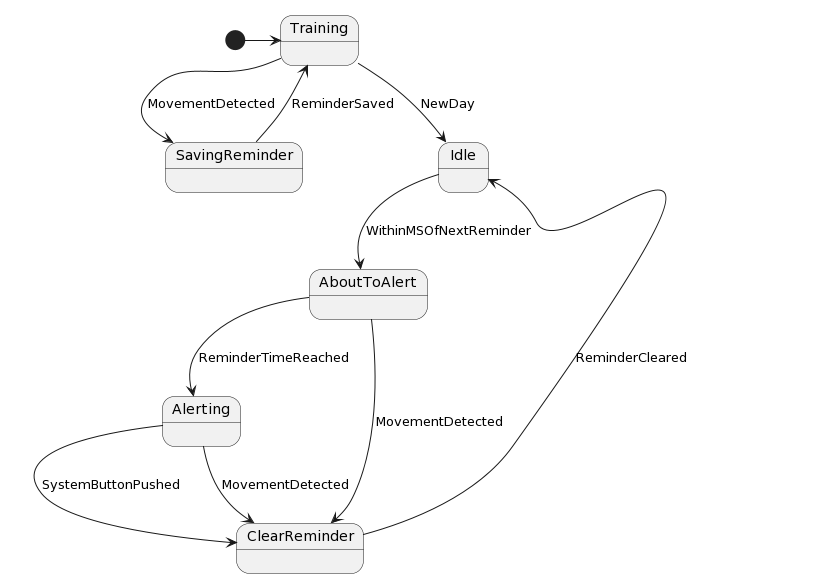
eejai42/med-reminder keeps this PlantUML diagram as docs/state-machine-planttext.uml.png. Above is the earlier version.
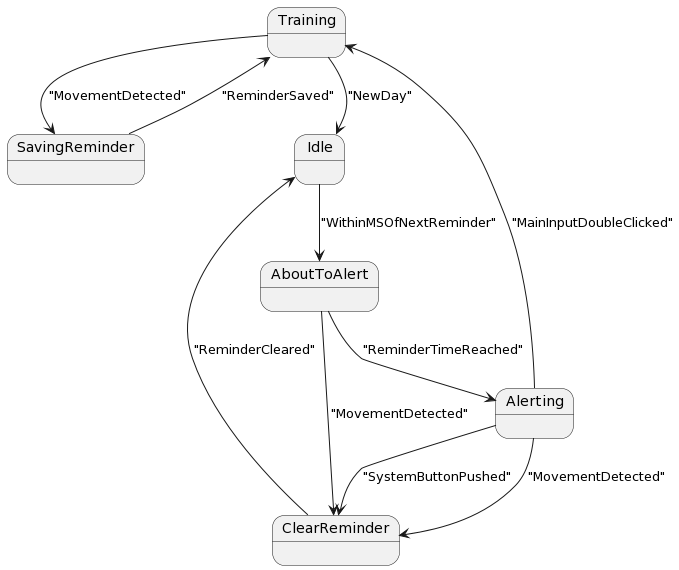
After the commit.

Diff of the diagram source:
```diff
@@ -1,5 +1,4 @@
 @startuml
-[*] -> Training
 state Training
 state SavingReminder
 state Idle
@@ -7,13 +6,23 @@
 state Alerting
 state ClearReminder
 
-Training --> SavingReminder : MovementDetected
-Training --> Idle : NewDay
-SavingReminder --> Training : ReminderSaved
-Idle --> AboutToAlert : WithinMSOfNextReminder
-AboutToAlert --> Alerting : ReminderTimeReached
-AboutToAlert --> ClearReminder : MovementDetected
-Alerting --> ClearReminder : SystemButtonPushed
-Alerting --> ClearReminder : MovementDetected
-ClearReminder --> Idle : ReminderCleared
+Training --> SavingReminder : "MovementDetected"
+
+Training --> Idle : "NewDay"
+
+SavingReminder --> Training : "ReminderSaved"
+
+Idle --> AboutToAlert : "WithinMSOfNextReminder"
+
+AboutToAlert --> Alerting : "ReminderTimeReached"
+
+AboutToAlert --> ClearReminder : "MovementDetected"
+
+Alerting --> Training : "MainInputDoubleClicked"
+
+Alerting --> ClearReminder : "SystemButtonPushed"
+
+Alerting --> ClearReminder : "MovementDetected"
+
+ClearReminder --> Idle : "ReminderCleared"
 @enduml
```
